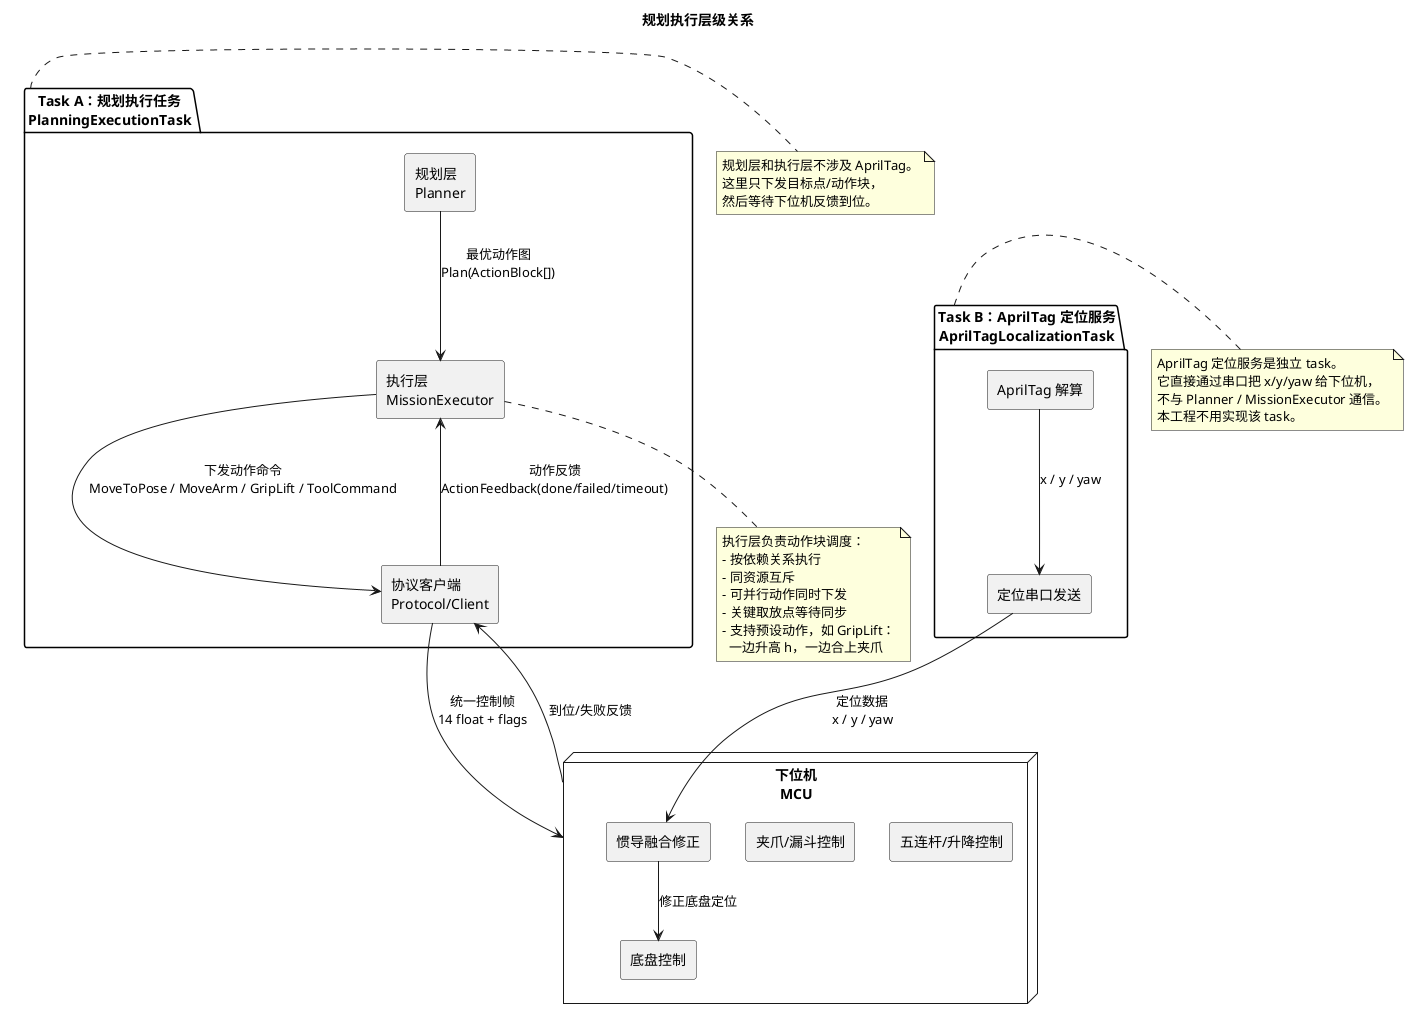
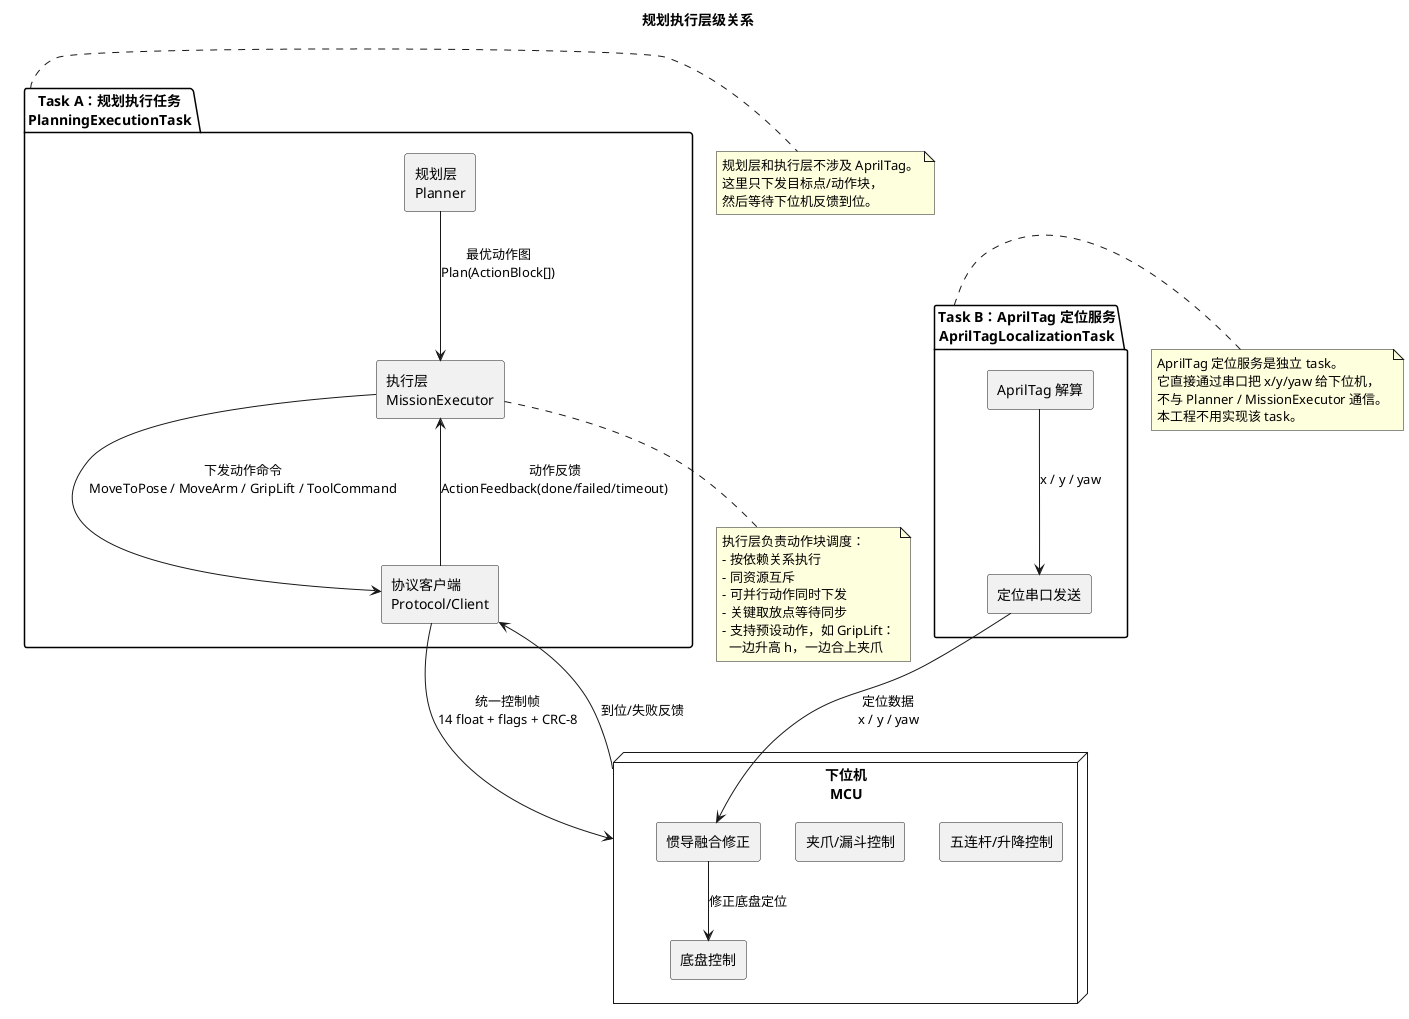
@startuml
title 规划执行层级关系

skinparam componentStyle rectangle
skinparam shadowing false
skinparam defaultFontName "PingFang SC"

package "Task A：规划执行任务\nPlanningExecutionTask" as TaskA {
  [规划层\nPlanner] as Planner
  [执行层\nMissionExecutor] as Executor
  [协议客户端\nProtocol/Client] as Client

  Planner --> Executor : 最优动作图\nPlan(ActionBlock[])
  Executor --> Client : 下发动作命令\nMoveToPose / MoveArm / GripLift / ToolCommand
  Client --> Executor : 动作反馈\nActionFeedback(done/failed/timeout)
}

node "下位机\nMCU" as MCU {
  [底盘控制] as Chassis
  [五连杆/升降控制] as Arm
  [夹爪/漏斗控制] as Tool
  [惯导融合修正] as ImuFusion
}

package "Task B：AprilTag 定位服务\nAprilTagLocalizationTask" as TaskB {
  [AprilTag 解算] as TagSolver
  [定位串口发送] as TagSerial

  TagSolver --> TagSerial : x / y / yaw
}

- Client --> MCU : 统一控制帧\n14 float + flags
+ Client --> MCU : 统一控制帧\n14 float + flags + CRC-8
MCU --> Client : 到位/失败反馈

TagSerial --> ImuFusion : 定位数据\nx / y / yaw
ImuFusion --> Chassis : 修正底盘定位

note right of TaskA
规划层和执行层不涉及 AprilTag。
这里只下发目标点/动作块，
然后等待下位机反馈到位。
end note

note right of TaskB
AprilTag 定位服务是独立 task。
它直接通过串口把 x/y/yaw 给下位机，
不与 Planner / MissionExecutor 通信。
本工程不用实现该 task。
end note

note bottom of Executor
执行层负责动作块调度：
- 按依赖关系执行
- 同资源互斥
- 可并行动作同时下发
- 关键取放点等待同步
- 支持预设动作，如 GripLift：
  一边升高 h，一边合上夹爪
end note

@enduml
